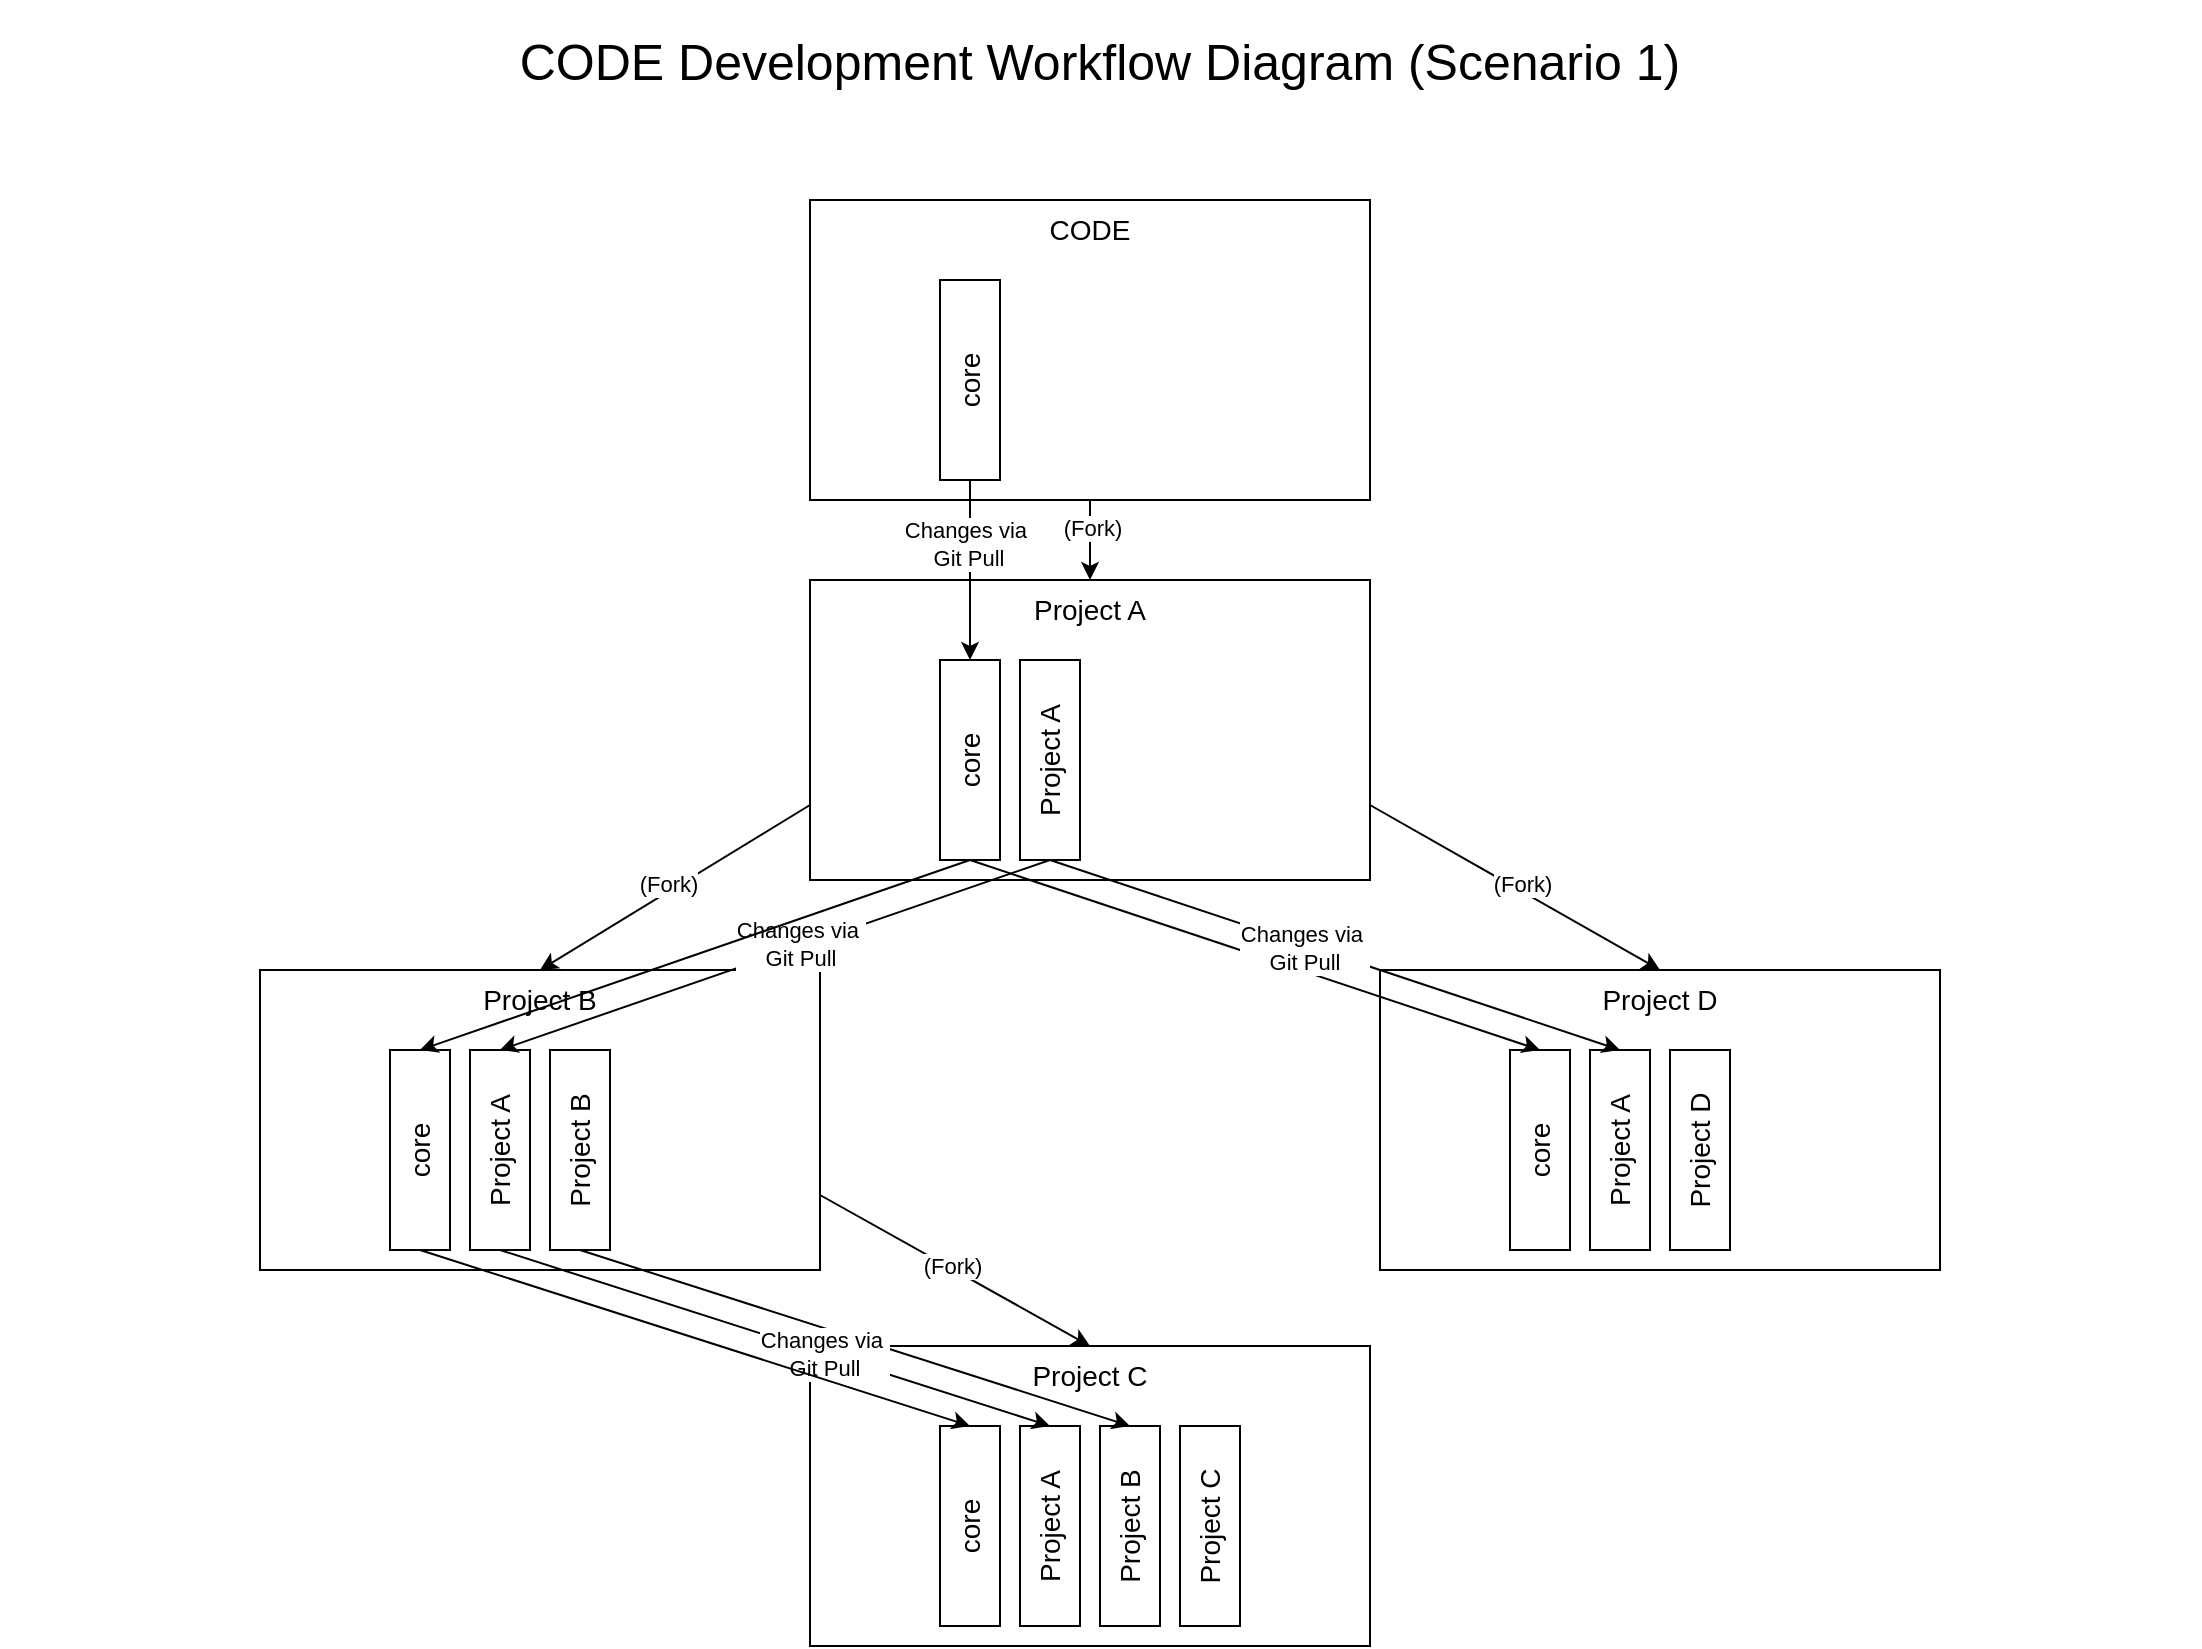
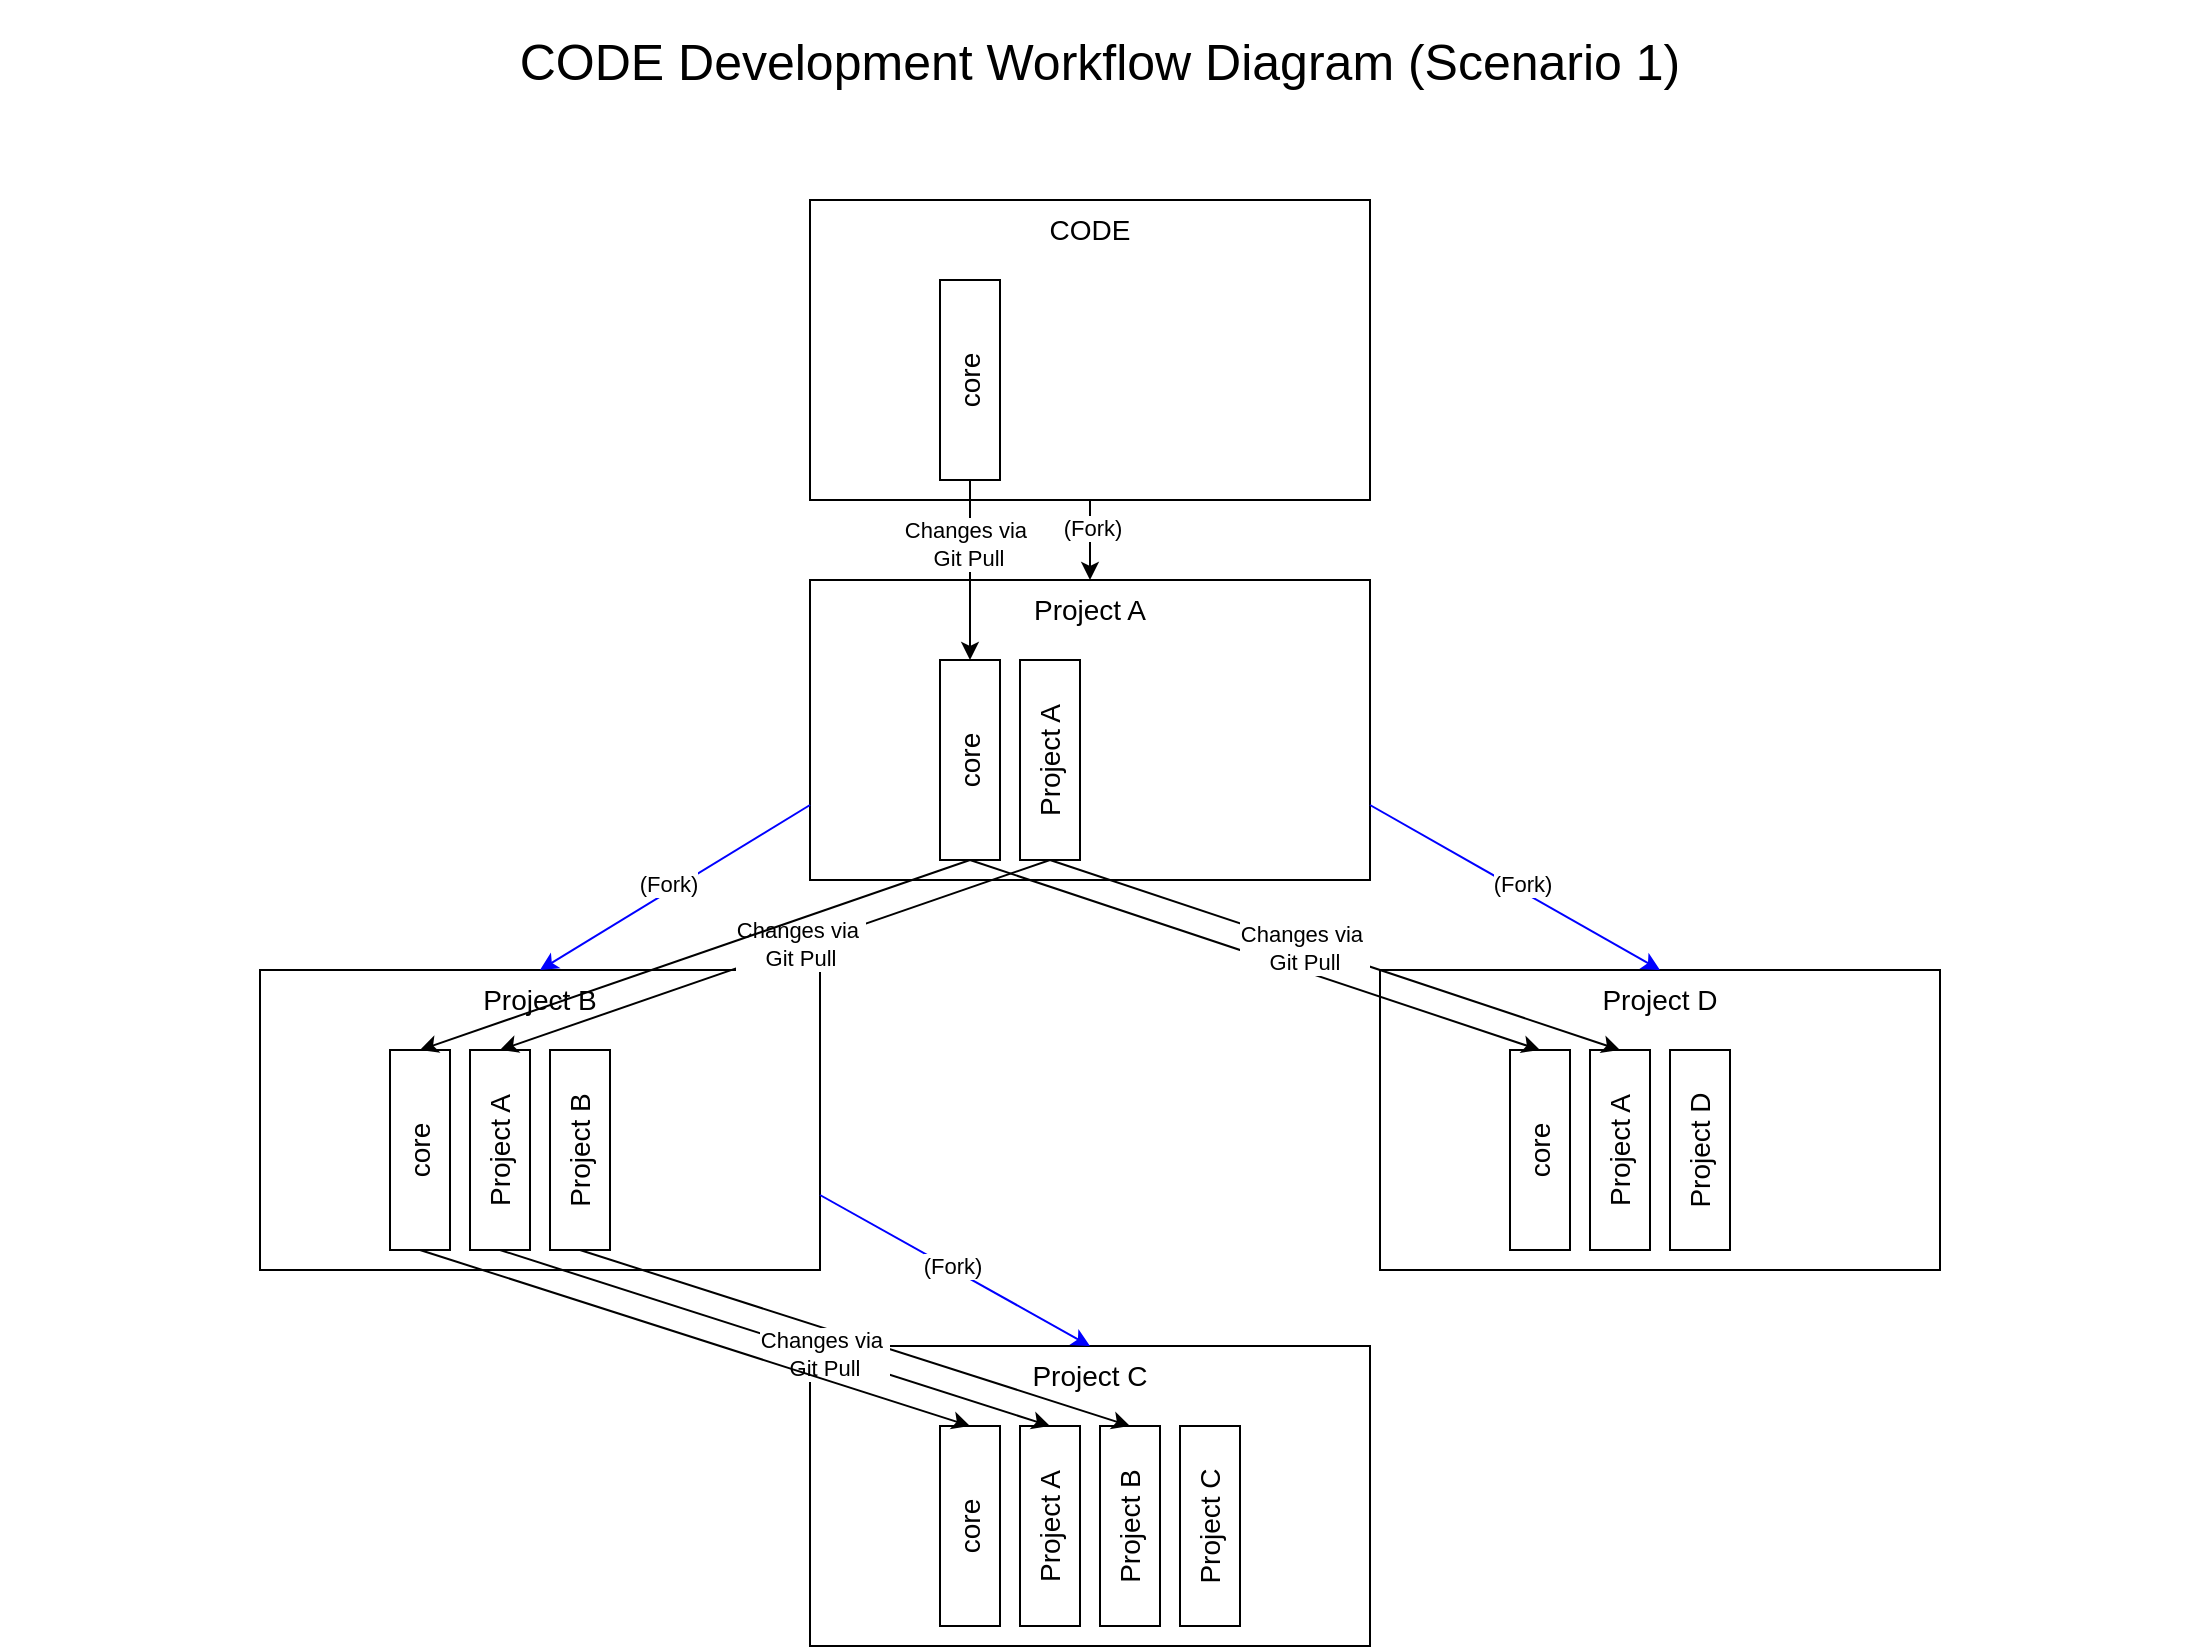
<mxfile host="app.diagrams.net">
  <diagram name="Page-1" id="SMzbKP2u127vYBigOIqx">
    <mxGraphModel dx="2566" dy="1399" grid="1" gridSize="10" guides="1" tooltips="1" connect="1" arrows="1" fold="1" page="1" pageScale="1" pageWidth="1100" pageHeight="850" math="0" shadow="0">
      <root>
        <mxCell id="0" />
        <mxCell id="1" parent="0" />
        <mxCell id="2N2ahWz0QNQXa9Cr99b--89" parent="1" style="rounded=0;whiteSpace=wrap;html=1;verticalAlign=top;fontSize=14;" value="Project C" vertex="1">
          <mxGeometry height="150" width="280" x="405" y="673" as="geometry" />
        </mxCell>
        <mxCell id="2N2ahWz0QNQXa9Cr99b--90" parent="1" style="rounded=0;whiteSpace=wrap;html=1;verticalAlign=top;fontSize=14;horizontal=0;" value="core" vertex="1">
          <mxGeometry height="100" width="30" x="470" y="713" as="geometry" />
        </mxCell>
        <mxCell id="2N2ahWz0QNQXa9Cr99b--91" parent="1" style="rounded=0;whiteSpace=wrap;html=1;verticalAlign=top;fontSize=14;horizontal=0;" value="Project A" vertex="1">
          <mxGeometry height="100" width="30" x="510" y="713" as="geometry" />
        </mxCell>
        <mxCell id="2N2ahWz0QNQXa9Cr99b--92" parent="1" style="rounded=0;whiteSpace=wrap;html=1;verticalAlign=top;fontSize=14;horizontal=0;" value="Project B" vertex="1">
          <mxGeometry height="100" width="30" x="550" y="713" as="geometry" />
        </mxCell>
        <mxCell id="2N2ahWz0QNQXa9Cr99b--93" parent="1" style="rounded=0;whiteSpace=wrap;html=1;verticalAlign=top;fontSize=14;horizontal=0;" value="Project C" vertex="1">
          <mxGeometry height="100" width="30" x="590" y="713" as="geometry" />
        </mxCell>
        <mxCell id="2N2ahWz0QNQXa9Cr99b--94" parent="1" style="rounded=0;whiteSpace=wrap;html=1;verticalAlign=top;fontSize=14;" value="Project D" vertex="1">
          <mxGeometry height="150" width="280" x="690" y="485" as="geometry" />
        </mxCell>
        <mxCell id="2N2ahWz0QNQXa9Cr99b--95" parent="1" style="rounded=0;whiteSpace=wrap;html=1;verticalAlign=top;fontSize=14;horizontal=0;" value="core" vertex="1">
          <mxGeometry height="100" width="30" x="755" y="525" as="geometry" />
        </mxCell>
        <mxCell id="2N2ahWz0QNQXa9Cr99b--96" parent="1" style="rounded=0;whiteSpace=wrap;html=1;verticalAlign=top;fontSize=14;horizontal=0;" value="Project A" vertex="1">
          <mxGeometry height="100" width="30" x="795" y="525" as="geometry" />
        </mxCell>
        <mxCell id="2N2ahWz0QNQXa9Cr99b--97" parent="1" style="rounded=0;whiteSpace=wrap;html=1;verticalAlign=top;fontSize=14;horizontal=0;" value="Project D" vertex="1">
          <mxGeometry height="100" width="30" x="835" y="525" as="geometry" />
        </mxCell>
        <mxCell id="2N2ahWz0QNQXa9Cr99b--98" parent="1" style="rounded=0;whiteSpace=wrap;html=1;verticalAlign=top;fontSize=14;" value="Project B" vertex="1">
          <mxGeometry height="150" width="280" x="130" y="485" as="geometry" />
        </mxCell>
        <mxCell id="2N2ahWz0QNQXa9Cr99b--99" parent="1" style="rounded=0;whiteSpace=wrap;html=1;verticalAlign=top;fontSize=14;horizontal=0;" value="core" vertex="1">
          <mxGeometry height="100" width="30" x="195" y="525" as="geometry" />
        </mxCell>
        <mxCell id="2N2ahWz0QNQXa9Cr99b--100" parent="1" style="rounded=0;whiteSpace=wrap;html=1;verticalAlign=top;fontSize=14;horizontal=0;" value="Project A" vertex="1">
          <mxGeometry height="100" width="30" x="235" y="525" as="geometry" />
        </mxCell>
        <mxCell id="2N2ahWz0QNQXa9Cr99b--101" parent="1" style="rounded=0;whiteSpace=wrap;html=1;verticalAlign=top;fontSize=14;horizontal=0;" value="Project B" vertex="1">
          <mxGeometry height="100" width="30" x="275" y="525" as="geometry" />
        </mxCell>
        <mxCell id="2N2ahWz0QNQXa9Cr99b--102" parent="1" style="rounded=0;whiteSpace=wrap;html=1;verticalAlign=top;fontSize=14;" value="Project A" vertex="1">
          <mxGeometry height="150" width="280" x="405" y="290" as="geometry" />
        </mxCell>
        <mxCell id="2N2ahWz0QNQXa9Cr99b--103" parent="1" style="rounded=0;whiteSpace=wrap;html=1;verticalAlign=top;fontSize=14;horizontal=0;" value="core" vertex="1">
          <mxGeometry height="100" width="30" x="470" y="330" as="geometry" />
        </mxCell>
        <mxCell id="2N2ahWz0QNQXa9Cr99b--104" parent="1" style="rounded=0;whiteSpace=wrap;html=1;verticalAlign=top;fontSize=14;horizontal=0;" value="Project A" vertex="1">
          <mxGeometry height="100" width="30" x="510" y="330" as="geometry" />
        </mxCell>
        <mxCell id="2N2ahWz0QNQXa9Cr99b--105" parent="1" style="rounded=0;whiteSpace=wrap;html=1;verticalAlign=top;fontSize=14;" value="CODE" vertex="1">
          <mxGeometry height="150" width="280" x="405" y="100" as="geometry" />
        </mxCell>
        <mxCell id="2N2ahWz0QNQXa9Cr99b--106" parent="1" style="rounded=0;whiteSpace=wrap;html=1;verticalAlign=top;fontSize=14;horizontal=0;" value="core" vertex="1">
          <mxGeometry height="100" width="30" x="470" y="140" as="geometry" />
        </mxCell>
        <mxCell id="2N2ahWz0QNQXa9Cr99b--107" edge="1" parent="1" source="2N2ahWz0QNQXa9Cr99b--105" style="endArrow=classic;html=1;rounded=0;exitX=0.5;exitY=1;exitDx=0;exitDy=0;entryX=0.5;entryY=0;entryDx=0;entryDy=0;strokeColor=light-dark(#000000,#0000FF);" target="2N2ahWz0QNQXa9Cr99b--102" value="">
          <mxGeometry height="50" relative="1" width="50" as="geometry">
            <mxPoint x="580" y="660" as="sourcePoint" />
            <mxPoint x="630" y="610" as="targetPoint" />
          </mxGeometry>
        </mxCell>
        <mxCell id="2N2ahWz0QNQXa9Cr99b--108" connectable="0" parent="2N2ahWz0QNQXa9Cr99b--107" style="edgeLabel;html=1;align=center;verticalAlign=middle;resizable=0;points=[];" value="(Fork)" vertex="1">
          <mxGeometry relative="1" x="-0.29" y="1" as="geometry">
            <mxPoint as="offset" />
          </mxGeometry>
        </mxCell>
-         <mxCell id="2N2ahWz0QNQXa9Cr99b--109" edge="1" parent="1" source="2N2ahWz0QNQXa9Cr99b--102" style="endArrow=classic;html=1;rounded=0;exitX=0;exitY=0.75;exitDx=0;exitDy=0;entryX=0.5;entryY=0;entryDx=0;entryDy=0;strokeColor=light-dark(#000000,#0000FF);" target="2N2ahWz0QNQXa9Cr99b--98" value="">
+         <mxCell id="2N2ahWz0QNQXa9Cr99b--109" edge="1" parent="1" source="2N2ahWz0QNQXa9Cr99b--102" style="endArrow=classic;html=1;rounded=0;exitX=0;exitY=0.75;exitDx=0;exitDy=0;entryX=0.5;entryY=0;entryDx=0;entryDy=0;strokeColor=light-dark(#0000FF,#0000FF);" target="2N2ahWz0QNQXa9Cr99b--98" value="">
          <mxGeometry height="50" relative="1" width="50" as="geometry">
            <mxPoint x="580" y="660" as="sourcePoint" />
            <mxPoint x="630" y="610" as="targetPoint" />
          </mxGeometry>
        </mxCell>
        <mxCell id="2N2ahWz0QNQXa9Cr99b--110" connectable="0" parent="2N2ahWz0QNQXa9Cr99b--109" style="edgeLabel;html=1;align=center;verticalAlign=middle;resizable=0;points=[];" value="(Fork)" vertex="1">
          <mxGeometry relative="1" x="0.0209" y="-4" as="geometry">
            <mxPoint as="offset" />
          </mxGeometry>
        </mxCell>
-         <mxCell id="2N2ahWz0QNQXa9Cr99b--111" edge="1" parent="1" source="2N2ahWz0QNQXa9Cr99b--102" style="endArrow=classic;html=1;rounded=0;exitX=1;exitY=0.75;exitDx=0;exitDy=0;entryX=0.5;entryY=0;entryDx=0;entryDy=0;strokeColor=light-dark(#000000,#0000FF);" target="2N2ahWz0QNQXa9Cr99b--94" value="">
+         <mxCell id="2N2ahWz0QNQXa9Cr99b--111" edge="1" parent="1" source="2N2ahWz0QNQXa9Cr99b--102" style="endArrow=classic;html=1;rounded=0;exitX=1;exitY=0.75;exitDx=0;exitDy=0;entryX=0.5;entryY=0;entryDx=0;entryDy=0;strokeColor=light-dark(#0000FF,#0000FF);" target="2N2ahWz0QNQXa9Cr99b--94" value="">
          <mxGeometry height="50" relative="1" width="50" as="geometry">
            <mxPoint x="580" y="660" as="sourcePoint" />
            <mxPoint x="630" y="610" as="targetPoint" />
          </mxGeometry>
        </mxCell>
        <mxCell id="2N2ahWz0QNQXa9Cr99b--112" connectable="0" parent="2N2ahWz0QNQXa9Cr99b--111" style="edgeLabel;html=1;align=center;verticalAlign=middle;resizable=0;points=[];" value="(Fork)" vertex="1">
          <mxGeometry relative="1" x="0.0169" y="3" as="geometry">
            <mxPoint as="offset" />
          </mxGeometry>
        </mxCell>
-         <mxCell id="2N2ahWz0QNQXa9Cr99b--113" edge="1" parent="1" source="2N2ahWz0QNQXa9Cr99b--98" style="endArrow=classic;html=1;rounded=0;exitX=1;exitY=0.75;exitDx=0;exitDy=0;entryX=0.5;entryY=0;entryDx=0;entryDy=0;strokeColor=light-dark(#000000,#0000FF);" target="2N2ahWz0QNQXa9Cr99b--89" value="">
+         <mxCell id="2N2ahWz0QNQXa9Cr99b--113" edge="1" parent="1" source="2N2ahWz0QNQXa9Cr99b--98" style="endArrow=classic;html=1;rounded=0;exitX=1;exitY=0.75;exitDx=0;exitDy=0;entryX=0.5;entryY=0;entryDx=0;entryDy=0;strokeColor=light-dark(#0000FF,#0000FF);" target="2N2ahWz0QNQXa9Cr99b--89" value="">
          <mxGeometry height="50" relative="1" width="50" as="geometry">
            <mxPoint x="580" y="613" as="sourcePoint" />
            <mxPoint x="630" y="563" as="targetPoint" />
          </mxGeometry>
        </mxCell>
        <mxCell id="2N2ahWz0QNQXa9Cr99b--114" connectable="0" parent="2N2ahWz0QNQXa9Cr99b--113" style="edgeLabel;html=1;align=center;verticalAlign=middle;resizable=0;points=[];" value="(Fork)" vertex="1">
          <mxGeometry relative="1" x="-0.0299" y="1" as="geometry">
            <mxPoint as="offset" />
          </mxGeometry>
        </mxCell>
        <mxCell id="2N2ahWz0QNQXa9Cr99b--115" parent="1" style="text;html=1;whiteSpace=wrap;strokeColor=none;fillColor=none;align=center;verticalAlign=middle;rounded=0;fontSize=25;" value="CODE Development Workflow Diagram (Scenario 1)" vertex="1">
          <mxGeometry height="60" width="1100" as="geometry" />
        </mxCell>
        <mxCell id="2N2ahWz0QNQXa9Cr99b--116" edge="1" parent="1" source="2N2ahWz0QNQXa9Cr99b--106" style="endArrow=classic;html=1;rounded=0;exitX=0.5;exitY=1;exitDx=0;exitDy=0;entryX=0.5;entryY=0;entryDx=0;entryDy=0;" target="2N2ahWz0QNQXa9Cr99b--103" value="">
          <mxGeometry height="50" relative="1" width="50" as="geometry">
            <mxPoint x="580" y="613" as="sourcePoint" />
            <mxPoint x="630" y="563" as="targetPoint" />
          </mxGeometry>
        </mxCell>
        <mxCell id="2N2ahWz0QNQXa9Cr99b--117" connectable="0" parent="2N2ahWz0QNQXa9Cr99b--116" style="edgeLabel;html=1;align=center;verticalAlign=middle;resizable=0;points=[];" value="&lt;div&gt;Changes via&amp;nbsp;&lt;/div&gt;&lt;div&gt;Git Pull&lt;/div&gt;" vertex="1">
          <mxGeometry relative="1" x="-0.2844" y="-1" as="geometry">
            <mxPoint as="offset" />
          </mxGeometry>
        </mxCell>
        <mxCell id="2N2ahWz0QNQXa9Cr99b--118" edge="1" parent="1" source="2N2ahWz0QNQXa9Cr99b--104" style="endArrow=classic;html=1;rounded=0;exitX=0.5;exitY=1;exitDx=0;exitDy=0;entryX=0.5;entryY=0;entryDx=0;entryDy=0;" target="2N2ahWz0QNQXa9Cr99b--100" value="">
          <mxGeometry height="50" relative="1" width="50" as="geometry">
            <mxPoint x="580" y="613" as="sourcePoint" />
            <mxPoint x="630" y="563" as="targetPoint" />
          </mxGeometry>
        </mxCell>
        <mxCell id="2N2ahWz0QNQXa9Cr99b--119" connectable="0" parent="2N2ahWz0QNQXa9Cr99b--118" style="edgeLabel;html=1;align=center;verticalAlign=middle;resizable=0;points=[];" value="&lt;div&gt;Changes via&amp;nbsp;&lt;/div&gt;&lt;div&gt;Git Pull&lt;/div&gt;" vertex="1">
          <mxGeometry relative="1" x="-0.0931" y="-1" as="geometry">
            <mxPoint as="offset" />
          </mxGeometry>
        </mxCell>
        <mxCell id="2N2ahWz0QNQXa9Cr99b--120" edge="1" parent="1" source="2N2ahWz0QNQXa9Cr99b--101" style="endArrow=classic;html=1;rounded=0;exitX=0.5;exitY=1;exitDx=0;exitDy=0;entryX=0.5;entryY=0;entryDx=0;entryDy=0;" target="2N2ahWz0QNQXa9Cr99b--92" value="">
          <mxGeometry height="50" relative="1" width="50" as="geometry">
            <mxPoint x="580" y="613" as="sourcePoint" />
            <mxPoint x="630" y="563" as="targetPoint" />
          </mxGeometry>
        </mxCell>
        <mxCell id="2N2ahWz0QNQXa9Cr99b--121" edge="1" parent="1" source="2N2ahWz0QNQXa9Cr99b--103" style="endArrow=classic;html=1;rounded=0;exitX=0.5;exitY=1;exitDx=0;exitDy=0;entryX=0.5;entryY=0;entryDx=0;entryDy=0;" target="2N2ahWz0QNQXa9Cr99b--99" value="">
          <mxGeometry height="50" relative="1" width="50" as="geometry">
            <mxPoint x="580" y="613" as="sourcePoint" />
            <mxPoint x="630" y="563" as="targetPoint" />
          </mxGeometry>
        </mxCell>
        <mxCell id="2N2ahWz0QNQXa9Cr99b--122" edge="1" parent="1" source="2N2ahWz0QNQXa9Cr99b--100" style="endArrow=classic;html=1;rounded=0;entryX=0.5;entryY=0;entryDx=0;entryDy=0;exitX=0.5;exitY=1;exitDx=0;exitDy=0;" target="2N2ahWz0QNQXa9Cr99b--91" value="">
          <mxGeometry height="50" relative="1" width="50" as="geometry">
            <mxPoint x="580" y="613" as="sourcePoint" />
            <mxPoint x="630" y="563" as="targetPoint" />
          </mxGeometry>
        </mxCell>
        <mxCell id="2N2ahWz0QNQXa9Cr99b--123" connectable="0" parent="2N2ahWz0QNQXa9Cr99b--122" style="edgeLabel;html=1;align=center;verticalAlign=middle;resizable=0;points=[];" value="&lt;div&gt;Changes via&amp;nbsp;&lt;/div&gt;&lt;div&gt;Git Pull&lt;/div&gt;" vertex="1">
          <mxGeometry relative="1" x="0.1789" as="geometry">
            <mxPoint as="offset" />
          </mxGeometry>
        </mxCell>
        <mxCell id="2N2ahWz0QNQXa9Cr99b--124" edge="1" parent="1" source="2N2ahWz0QNQXa9Cr99b--99" style="endArrow=classic;html=1;rounded=0;entryX=0.5;entryY=0;entryDx=0;entryDy=0;exitX=0.5;exitY=1;exitDx=0;exitDy=0;" target="2N2ahWz0QNQXa9Cr99b--90" value="">
          <mxGeometry height="50" relative="1" width="50" as="geometry">
            <mxPoint x="580" y="613" as="sourcePoint" />
            <mxPoint x="630" y="563" as="targetPoint" />
          </mxGeometry>
        </mxCell>
        <mxCell id="2N2ahWz0QNQXa9Cr99b--125" edge="1" parent="1" source="2N2ahWz0QNQXa9Cr99b--103" style="endArrow=classic;html=1;rounded=0;exitX=0.5;exitY=1;exitDx=0;exitDy=0;entryX=0.5;entryY=0;entryDx=0;entryDy=0;" target="2N2ahWz0QNQXa9Cr99b--95" value="">
          <mxGeometry height="50" relative="1" width="50" as="geometry">
            <mxPoint x="580" y="613" as="sourcePoint" />
            <mxPoint x="630" y="563" as="targetPoint" />
          </mxGeometry>
        </mxCell>
        <mxCell id="2N2ahWz0QNQXa9Cr99b--126" edge="1" parent="1" source="2N2ahWz0QNQXa9Cr99b--104" style="endArrow=classic;html=1;rounded=0;exitX=0.5;exitY=1;exitDx=0;exitDy=0;entryX=0.5;entryY=0;entryDx=0;entryDy=0;" target="2N2ahWz0QNQXa9Cr99b--96" value="">
          <mxGeometry height="50" relative="1" width="50" as="geometry">
            <mxPoint x="580" y="613" as="sourcePoint" />
            <mxPoint x="630" y="563" as="targetPoint" />
          </mxGeometry>
        </mxCell>
        <mxCell id="2N2ahWz0QNQXa9Cr99b--127" connectable="0" parent="2N2ahWz0QNQXa9Cr99b--126" style="edgeLabel;html=1;align=center;verticalAlign=middle;resizable=0;points=[];" value="&lt;div&gt;Changes via&amp;nbsp;&lt;/div&gt;&lt;div&gt;Git Pull&lt;/div&gt;" vertex="1">
          <mxGeometry relative="1" x="-0.1069" y="-1" as="geometry">
            <mxPoint as="offset" />
          </mxGeometry>
        </mxCell>
      </root>
    </mxGraphModel>
  </diagram>
</mxfile>
